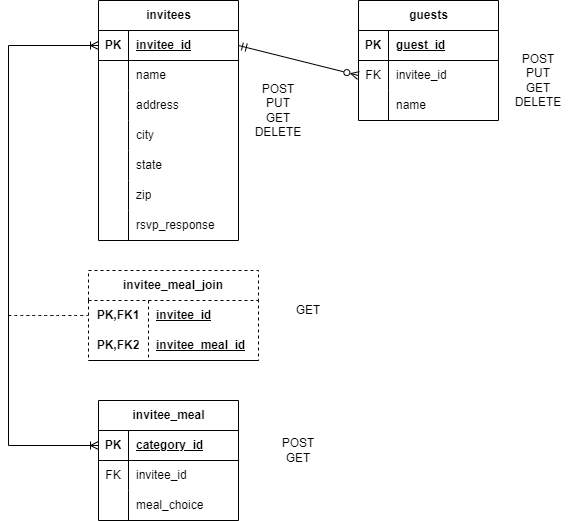
Before: ERD.png, a diagram exported from draw.io (vgmal1/wedding-rsvp). Source tidied: cells renumbered, new cells last; positions are measured from the earlier drawing's top-left corner, leaving out a move shared by most shapes.
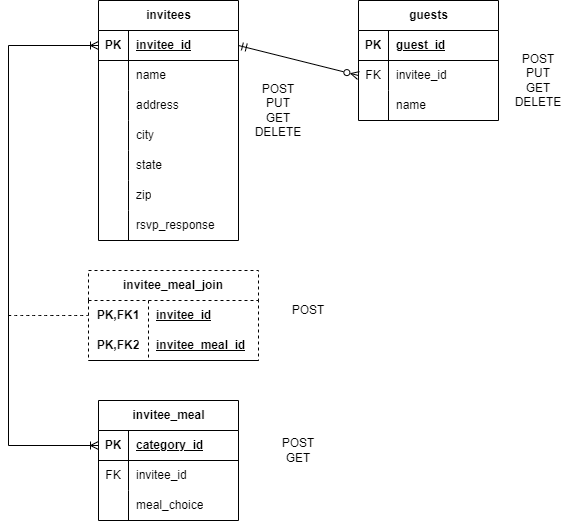
Later version of the same file.

Diff of the diagram source:
```diff
@@ -174,7 +174,7 @@
     <mxCell id="56" value="POST&lt;br&gt;GET" style="text;strokeColor=none;align=center;fillColor=none;html=1;verticalAlign=middle;whiteSpace=wrap;rounded=0;" parent="1" vertex="1">
       <mxGeometry x="260" y="410" width="60" height="80" as="geometry" />
     </mxCell>
-    <mxCell id="57" value="GET" style="text;strokeColor=none;align=center;fillColor=none;html=1;verticalAlign=middle;whiteSpace=wrap;rounded=0;" parent="1" vertex="1">
+    <mxCell id="57" value="POST" style="text;strokeColor=none;align=center;fillColor=none;html=1;verticalAlign=middle;whiteSpace=wrap;rounded=0;" parent="1" vertex="1">
       <mxGeometry x="270" y="270" width="60" height="80" as="geometry" />
     </mxCell>
   </root>
```
